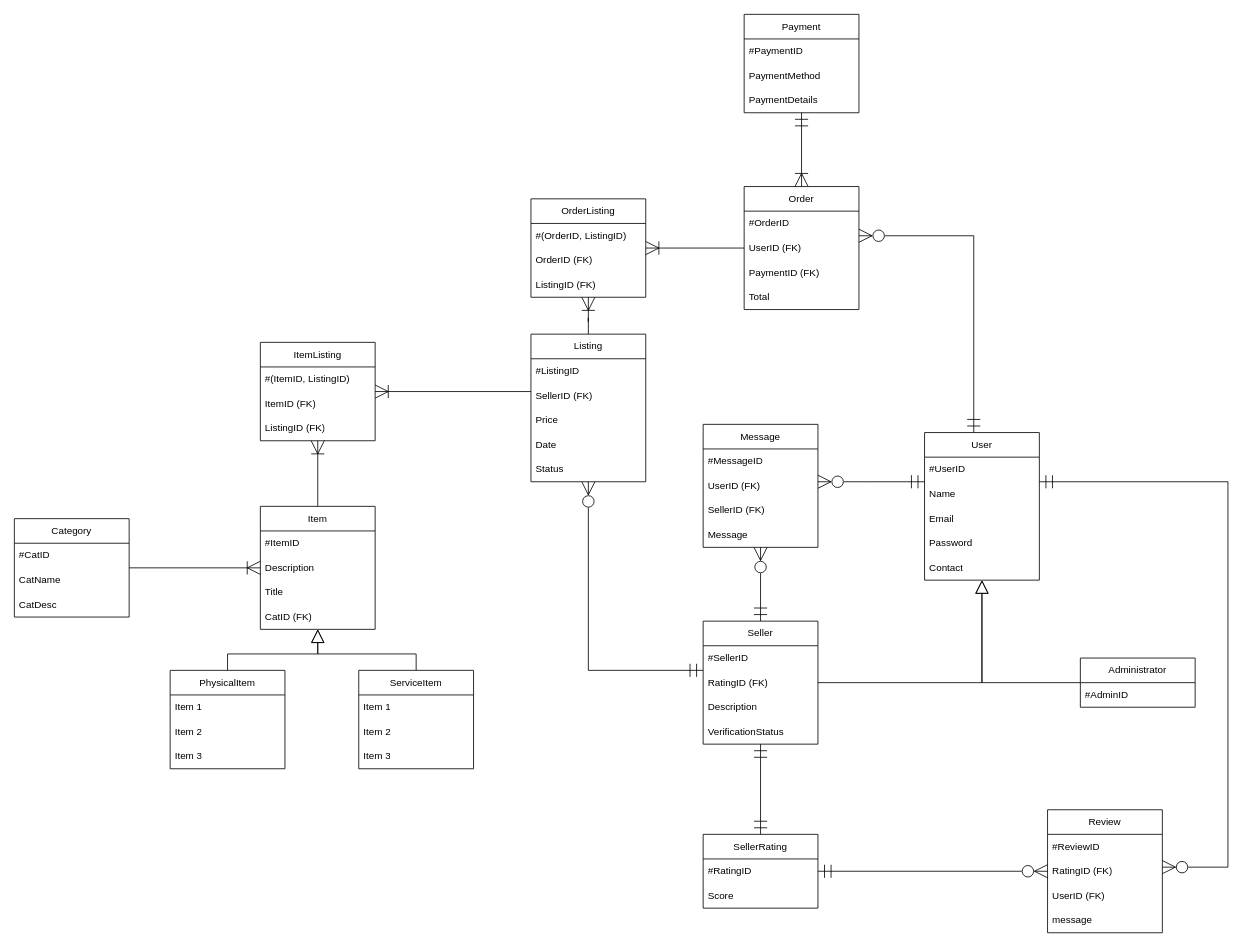
Before: diagrams/DatabaseDesign.drawio in GrantODP/ITECA3-project, a draw.io diagram. Source tidied: cells renumbered, new cells numbered last; positions are measured from the earlier drawing's top-left corner, leaving out a move shared by most shapes. Both pictures are drawn from the tidied source at 82%, with x=0, y=0 at pixel (14, 14).
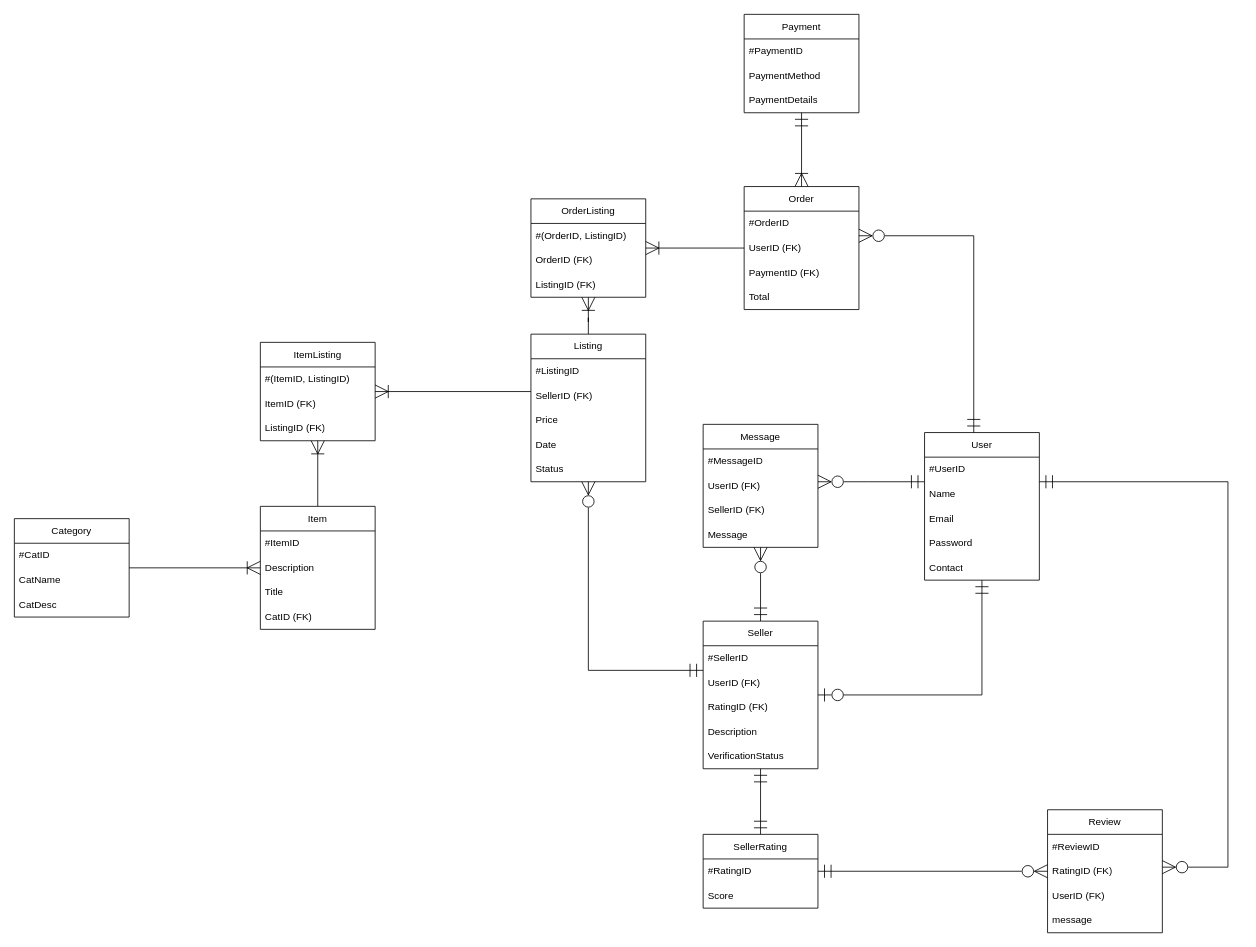
The same diagram, later.

The change refers to these unchanged cells:
```xml
<mxCell id="4" value="Item" style="swimlane;fontStyle=0;horizontal=1;startSize=30;whiteSpace=wrap;html=1;" parent="1" vertex="1">
  <mxGeometry x="300" y="600" width="140" height="150" as="geometry" />
</mxCell>
<mxCell id="28" value="User" style="swimlane;fontStyle=0;horizontal=1;startSize=30;whiteSpace=wrap;html=1;" parent="1" vertex="1">
  <mxGeometry x="1110" y="510" width="140" height="180" as="geometry" />
</mxCell>
```

Change to the diagram source:
```diff
@@
-    <mxCell id="9" style="edgeStyle=orthogonalEdgeStyle;rounded=0;jettySize=auto;html=1;endArrow=block;endFill=0;endSize=14;" parent="1" edge="1" source="10" target="4">
-      <mxGeometry relative="1" as="geometry" />
-    </mxCell>
-    <mxCell id="10" value="PhysicalItem" style="swimlane;fontStyle=0;horizontal=1;startSize=30;whiteSpace=wrap;html=1;" parent="1" vertex="1">
-      <mxGeometry x="190" y="800" width="140" height="120" as="geometry" />
-    </mxCell>
-    <mxCell id="11" value="Item 1" style="text;strokeColor=none;fillColor=none;align=left;verticalAlign=middle;spacingLeft=4;spacingRight=4;overflow=hidden;whiteSpace=wrap;html=1;" parent="10" vertex="1">
-      <mxGeometry y="30" width="140" height="30" as="geometry" />
-    </mxCell>
-    <mxCell id="12" value="Item 2" style="text;strokeColor=none;fillColor=none;align=left;verticalAlign=middle;spacingLeft=4;spacingRight=4;overflow=hidden;whiteSpace=wrap;html=1;" parent="10" vertex="1">
-      <mxGeometry y="60" width="140" height="30" as="geometry" />
-    </mxCell>
-    <mxCell id="13" value="Item 3" style="text;strokeColor=none;fillColor=none;align=left;verticalAlign=middle;spacingLeft=4;spacingRight=4;overflow=hidden;whiteSpace=wrap;html=1;" parent="10" vertex="1">
-      <mxGeometry y="90" width="140" height="30" as="geometry" />
-    </mxCell>
-    <mxCell id="14" style="edgeStyle=orthogonalEdgeStyle;rounded=0;jettySize=auto;html=1;endArrow=block;endFill=0;endSize=14;" parent="1" edge="1" source="15" target="4">
-      <mxGeometry relative="1" as="geometry" />
-    </mxCell>
-    <mxCell id="15" value="ServiceItem" style="swimlane;fontStyle=0;horizontal=1;startSize=30;whiteSpace=wrap;html=1;" parent="1" vertex="1">
-      <mxGeometry x="420" y="800" width="140" height="120" as="geometry" />
-    </mxCell>
-    <mxCell id="16" value="Item 1" style="text;strokeColor=none;fillColor=none;align=left;verticalAlign=middle;spacingLeft=4;spacingRight=4;overflow=hidden;whiteSpace=wrap;html=1;" parent="15" vertex="1">
-      <mxGeometry y="30" width="140" height="30" as="geometry" />
-    </mxCell>
-    <mxCell id="17" value="Item 2" style="text;strokeColor=none;fillColor=none;align=left;verticalAlign=middle;spacingLeft=4;spacingRight=4;overflow=hidden;whiteSpace=wrap;html=1;" parent="15" vertex="1">
-      <mxGeometry y="60" width="140" height="30" as="geometry" />
-    </mxCell>
-    <mxCell id="18" value="Item 3" style="text;strokeColor=none;fillColor=none;align=left;verticalAlign=middle;spacingLeft=4;spacingRight=4;overflow=hidden;whiteSpace=wrap;html=1;" parent="15" vertex="1">
-      <mxGeometry y="90" width="140" height="30" as="geometry" />
-    </mxCell>
@@
-    <mxCell id="35" style="edgeStyle=orthogonalEdgeStyle;rounded=0;jettySize=auto;html=1;endArrow=block;endFill=0;endSize=14;" parent="1" edge="1" source="38" target="28">
+    <mxCell id="35" style="edgeStyle=orthogonalEdgeStyle;rounded=0;jettySize=auto;html=1;endArrow=ERmandOne;endFill=0;endSize=14;startArrow=ERzeroToOne;startFill=0;startSize=14;" parent="1" edge="1" source="38" target="28">
       <mxGeometry relative="1" as="geometry" />
     </mxCell>
@@
     <mxCell id="38" value="Seller" style="swimlane;fontStyle=0;horizontal=1;startSize=30;whiteSpace=wrap;html=1;" parent="1" vertex="1">
-      <mxGeometry x="840" y="740" width="140" height="150" as="geometry" />
+      <mxGeometry x="840" y="740" width="140" height="180" as="geometry" />
     </mxCell>
@@
+    <mxCell id="85" value="UserID (FK)" style="text;strokeColor=none;fillColor=none;align=left;verticalAlign=middle;spacingLeft=4;spacingRight=4;overflow=hidden;whiteSpace=wrap;html=1;" parent="38" vertex="1">
+      <mxGeometry y="60" width="140" height="30" as="geometry" />
+    </mxCell>
     <mxCell id="40" value="RatingID (FK)" style="text;strokeColor=none;fillColor=none;align=left;verticalAlign=middle;spacingLeft=4;spacingRight=4;overflow=hidden;whiteSpace=wrap;html=1;" parent="38" vertex="1">
-      <mxGeometry y="60" width="140" height="30" as="geometry" />
+      <mxGeometry y="90" width="140" height="30" as="geometry" />
     </mxCell>
     <mxCell id="41" value="Description" style="text;strokeColor=none;fillColor=none;align=left;verticalAlign=middle;spacingLeft=4;spacingRight=4;overflow=hidden;whiteSpace=wrap;html=1;" parent="38" vertex="1">
-      <mxGeometry y="90" width="140" height="30" as="geometry" />
+      <mxGeometry y="120" width="140" height="30" as="geometry" />
     </mxCell>
     <mxCell id="42" value="VerificationStatus" style="text;strokeColor=none;fillColor=none;align=left;verticalAlign=middle;spacingLeft=4;spacingRight=4;overflow=hidden;whiteSpace=wrap;html=1;" parent="38" vertex="1">
-      <mxGeometry y="120" width="140" height="30" as="geometry" />
+      <mxGeometry y="150" width="140" height="30" as="geometry" />
     </mxCell>
-    <mxCell id="43" style="edgeStyle=orthogonalEdgeStyle;rounded=0;jettySize=auto;html=1;endArrow=block;endFill=0;endSize=14;" parent="1" edge="1" source="44" target="28">
-      <mxGeometry relative="1" as="geometry" />
-    </mxCell>
-    <mxCell id="44" value="Administrator" style="swimlane;fontStyle=0;horizontal=1;startSize=30;whiteSpace=wrap;html=1;" parent="1" vertex="1">
-      <mxGeometry x="1300" y="785" width="140" height="60" as="geometry" />
-    </mxCell>
-    <mxCell id="45" value="#AdminID" style="text;strokeColor=none;fillColor=none;align=left;verticalAlign=middle;spacingLeft=4;spacingRight=4;overflow=hidden;whiteSpace=wrap;html=1;" parent="44" vertex="1">
-      <mxGeometry y="30" width="140" height="30" as="geometry" />
-    </mxCell>
```
